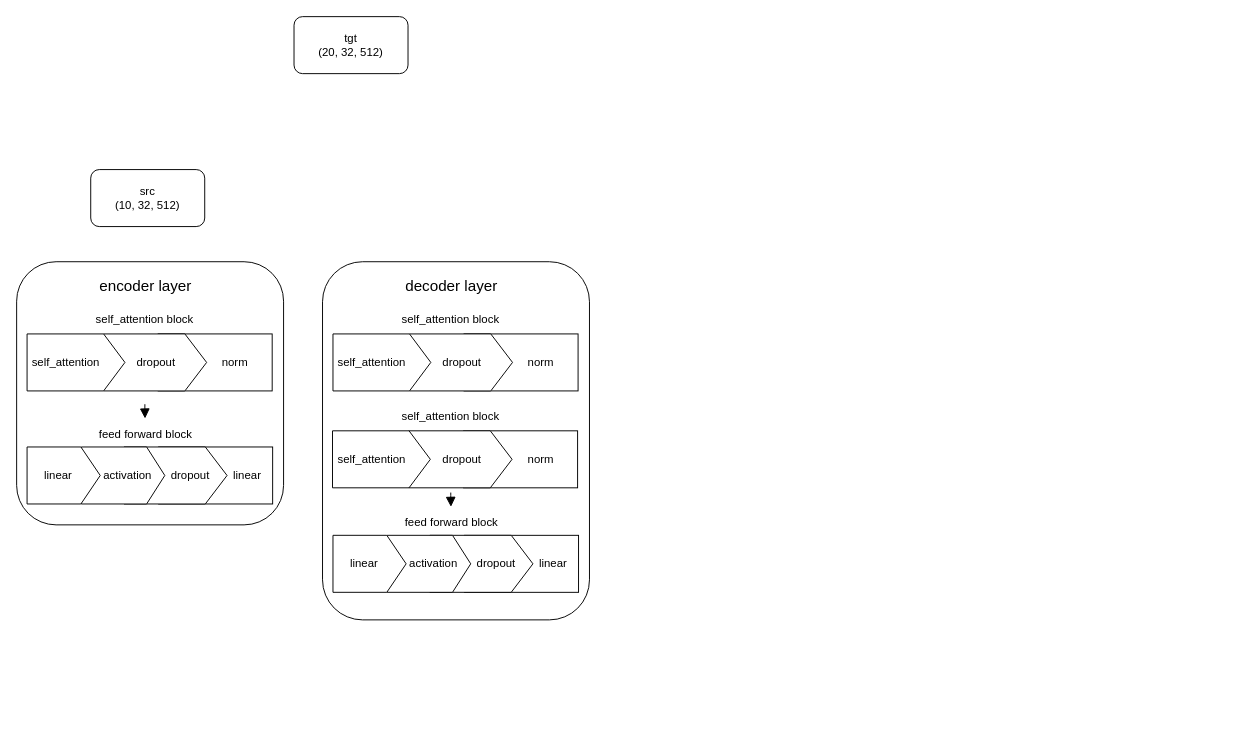
The draw.io diagram torch_trans1.drawio in wxxsusie/files, before the edit. Source tidied: cells renumbered, new cells numbered last; positions are measured from the earlier drawing's top-left corner, leaving out a move shared by most shapes. Both pictures are drawn from the tidied source at 95%, with x=0, y=0 at pixel (16, 16).
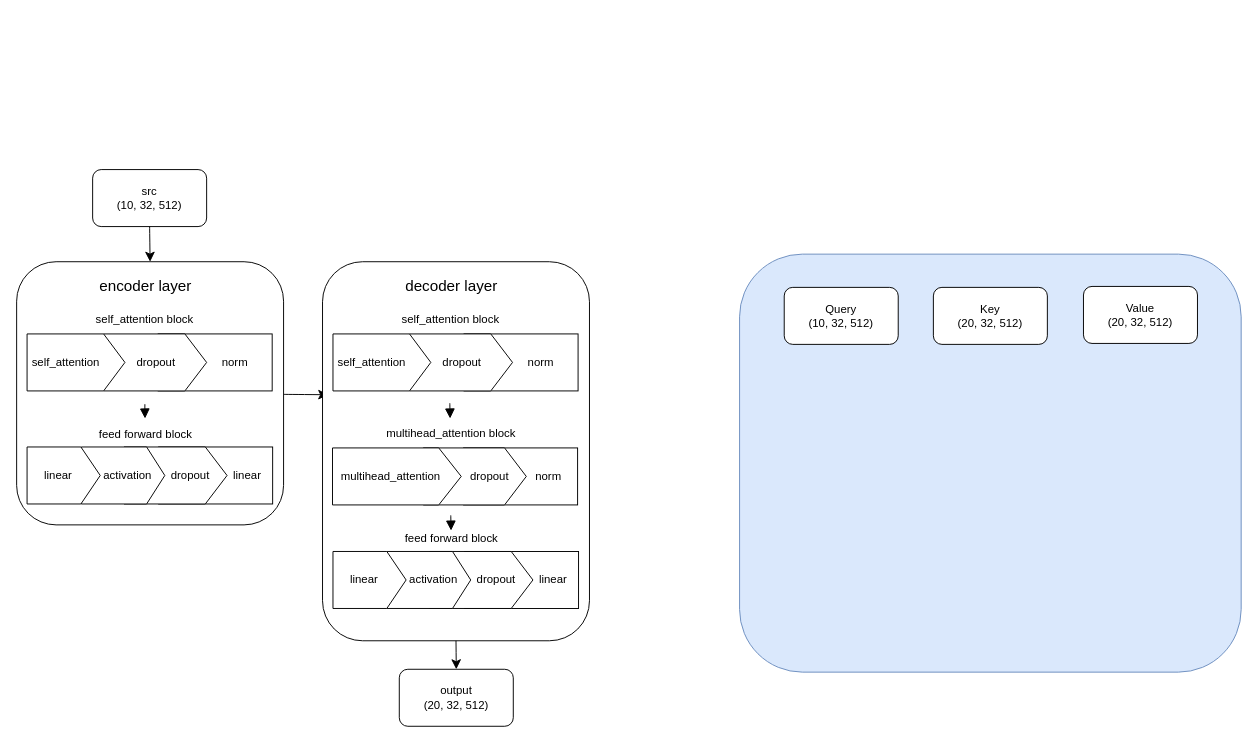
The same diagram, later.

Unchanged cells that the change refers to:
```xml
<mxCell id="4" style="rounded=1;whiteSpace=wrap;html=1;" parent="1" vertex="1">
  <mxGeometry y="258" width="281" height="277" as="geometry" />
</mxCell>
```

What changed in the source:
```diff
@@
     <mxCell id="2" value="src&lt;div&gt;(10, 32, 512)&lt;/div&gt;" style="rounded=1;whiteSpace=wrap;html=1;" parent="1" vertex="1">
-      <mxGeometry x="78" y="161" width="120" height="60" as="geometry" />
+      <mxGeometry x="80" y="161" width="120" height="60" as="geometry" />
     </mxCell>
-    <mxCell id="3" value="tgt&lt;div&gt;(20, 32, 512)&lt;/div&gt;" style="rounded=1;whiteSpace=wrap;html=1;" parent="1" vertex="1">
-      <mxGeometry x="292" width="120" height="60" as="geometry" />
+    <mxCell id="3" value="&lt;div&gt;output&lt;br&gt;(20, 32, 512)&lt;/div&gt;" style="rounded=1;whiteSpace=wrap;html=1;" parent="1" vertex="1">
+      <mxGeometry x="402.8" y="687" width="120" height="60" as="geometry" />
     </mxCell>
+    <mxCell id="49" style="edgeStyle=none;curved=1;rounded=0;jettySize=auto;html=1;fontSize=12;startSize=8;endSize=8;" parent="1" edge="1" source="4">
+      <mxGeometry relative="1" as="geometry">
+        <mxPoint x="328" y="398" as="targetPoint" />
+      </mxGeometry>
+    </mxCell>
@@
     <mxCell id="23" style="rounded=1;whiteSpace=wrap;html=1;" parent="1" vertex="1">
-      <mxGeometry x="322" y="258" width="281" height="377" as="geometry" />
+      <mxGeometry x="322" y="258" width="281" height="399" as="geometry" />
     </mxCell>
@@
     <mxCell id="25" value="&lt;font style=&quot;font-size: 12px;&quot;&gt;feed forward block&lt;/font&gt;" style="text;html=1;align=center;verticalAlign=middle;whiteSpace=wrap;rounded=0;fontSize=16;" parent="1" vertex="1">
-      <mxGeometry x="395.8" y="516" width="123.5" height="30" as="geometry" />
+      <mxGeometry x="396" y="533" width="123.5" height="30" as="geometry" />
     </mxCell>
@@
     <mxCell id="33" style="rounded=0;whiteSpace=wrap;html=1;" parent="1" vertex="1">
-      <mxGeometry x="471.5" y="546" width="120" height="60" as="geometry" />
+      <mxGeometry x="471.5" y="563" width="120" height="60" as="geometry" />
     </mxCell>
     <mxCell id="34" style="verticalLabelPosition=bottom;verticalAlign=top;html=1;shape=offPageConnector;rounded=0;size=0.21094122680101526;direction=north;" parent="1" vertex="1">
-      <mxGeometry x="435" y="546" width="108.5" height="60" as="geometry" />
+      <mxGeometry x="435" y="563" width="108.5" height="60" as="geometry" />
     </mxCell>
     <mxCell id="35" style="verticalLabelPosition=bottom;verticalAlign=top;html=1;shape=offPageConnector;rounded=0;size=0.21788995242813258;direction=north;" parent="1" vertex="1">
-      <mxGeometry x="390" y="546" width="88" height="60" as="geometry" />
+      <mxGeometry x="390" y="563" width="88" height="60" as="geometry" />
     </mxCell>
     <mxCell id="36" value="&lt;font style=&quot;font-size: 12px;&quot;&gt;activation&lt;/font&gt;" style="text;html=1;align=center;verticalAlign=middle;whiteSpace=wrap;rounded=0;fontSize=16;" parent="1" vertex="1">
-      <mxGeometry x="409" y="558.5" width="60" height="30" as="geometry" />
+      <mxGeometry x="409" y="575.5" width="60" height="30" as="geometry" />
     </mxCell>
     <mxCell id="37" value="&lt;font style=&quot;font-size: 12px;&quot;&gt;dropout&lt;/font&gt;" style="text;html=1;align=center;verticalAlign=middle;whiteSpace=wrap;rounded=0;fontSize=16;" parent="1" vertex="1">
-      <mxGeometry x="474.5" y="559" width="60" height="30" as="geometry" />
+      <mxGeometry x="474.5" y="576" width="60" height="30" as="geometry" />
     </mxCell>
     <mxCell id="38" value="&lt;font style=&quot;font-size: 12px;&quot;&gt;linear&lt;/font&gt;" style="text;html=1;align=center;verticalAlign=middle;whiteSpace=wrap;rounded=0;fontSize=16;" parent="1" vertex="1">
-      <mxGeometry x="539" y="560" width="51.5" height="27" as="geometry" />
+      <mxGeometry x="539" y="577" width="51.5" height="27" as="geometry" />
     </mxCell>
     <mxCell id="39" style="verticalLabelPosition=bottom;verticalAlign=top;html=1;shape=offPageConnector;rounded=0;size=0.2640463098303064;direction=north;" parent="1" vertex="1">
-      <mxGeometry x="333" y="546" width="77" height="60" as="geometry" />
+      <mxGeometry x="333" y="563" width="77" height="60" as="geometry" />
     </mxCell>
     <mxCell id="40" value="&lt;font style=&quot;font-size: 12px;&quot;&gt;linear&lt;/font&gt;" style="text;html=1;align=center;verticalAlign=middle;whiteSpace=wrap;rounded=0;fontSize=16;" parent="1" vertex="1">
-      <mxGeometry x="336" y="559" width="60" height="30" as="geometry" />
+      <mxGeometry x="336" y="576" width="60" height="30" as="geometry" />
     </mxCell>
-    <mxCell id="41" style="endArrow=block;html=1;rounded=0;fontSize=12;startSize=8;endSize=8;curved=1;endFill=1;" parent="1" edge="1" target="25">
+    <mxCell id="41" style="endArrow=block;html=1;rounded=0;fontSize=12;startSize=8;endSize=8;curved=1;endFill=1;" parent="1" edge="1">
       <mxGeometry relative="1" as="geometry">
-        <mxPoint x="457" y="501" as="sourcePoint" />
-        <Array as="points">
-          <mxPoint x="457" y="508" />
-        </Array>
+        <mxPoint x="457" y="525" as="sourcePoint" />
+        <mxPoint x="457.3" y="541" as="targetPoint" />
       </mxGeometry>
     </mxCell>
-    <mxCell id="42" value="&lt;font style=&quot;font-size: 12px;&quot;&gt;self_attention block&lt;/font&gt;" style="text;html=1;align=center;verticalAlign=middle;whiteSpace=wrap;rounded=0;fontSize=16;" parent="1" vertex="1">
-      <mxGeometry x="394.5" y="404" width="123.5" height="30" as="geometry" />
+    <mxCell id="42" value="&lt;font style=&quot;font-size: 12px;&quot;&gt;multihead_attention block&lt;/font&gt;" style="text;html=1;align=center;verticalAlign=middle;whiteSpace=wrap;rounded=0;fontSize=16;" parent="1" vertex="1">
+      <mxGeometry x="382.5" y="422" width="148.5" height="30" as="geometry" />
     </mxCell>
     <mxCell id="43" style="rounded=0;whiteSpace=wrap;html=1;" parent="1" vertex="1">
-      <mxGeometry x="470.5" y="436" width="120" height="60" as="geometry" />
+      <mxGeometry x="470.5" y="454" width="120" height="60" as="geometry" />
     </mxCell>
     <mxCell id="44" style="verticalLabelPosition=bottom;verticalAlign=top;html=1;shape=offPageConnector;rounded=0;size=0.21094122680101526;direction=north;" parent="1" vertex="1">
-      <mxGeometry x="413" y="436" width="108.5" height="60" as="geometry" />
+      <mxGeometry x="428" y="454" width="108.5" height="60" as="geometry" />
     </mxCell>
-    <mxCell id="45" style="verticalLabelPosition=bottom;verticalAlign=top;html=1;shape=offPageConnector;rounded=0;size=0.21788995242813258;direction=north;" parent="1" vertex="1">
-      <mxGeometry x="332.5" y="436" width="103" height="60" as="geometry" />
+    <mxCell id="45" style="verticalLabelPosition=bottom;verticalAlign=top;html=1;shape=offPageConnector;rounded=0;size=0.17464877758518796;direction=north;" parent="1" vertex="1">
+      <mxGeometry x="332.5" y="454" width="135.5" height="60" as="geometry" />
     </mxCell>
-    <mxCell id="46" value="&lt;font style=&quot;font-size: 12px;&quot;&gt;self_attention&lt;/font&gt;" style="text;html=1;align=center;verticalAlign=middle;whiteSpace=wrap;rounded=0;fontSize=16;" parent="1" vertex="1">
-      <mxGeometry x="343.5" y="449" width="60" height="30" as="geometry" />
+    <mxCell id="46" value="&lt;font style=&quot;font-size: 12px;&quot;&gt;multihead_attention&lt;/font&gt;" style="text;html=1;align=center;verticalAlign=middle;whiteSpace=wrap;rounded=0;fontSize=16;" parent="1" vertex="1">
+      <mxGeometry x="363.5" y="467" width="60" height="30" as="geometry" />
     </mxCell>
     <mxCell id="47" value="&lt;font style=&quot;font-size: 12px;&quot;&gt;dropout&lt;/font&gt;" style="text;html=1;align=center;verticalAlign=middle;whiteSpace=wrap;rounded=0;fontSize=16;" parent="1" vertex="1">
-      <mxGeometry x="438.5" y="449" width="60" height="30" as="geometry" />
+      <mxGeometry x="467.5" y="467" width="60" height="30" as="geometry" />
     </mxCell>
     <mxCell id="48" value="&lt;font style=&quot;font-size: 12px;&quot;&gt;norm&lt;/font&gt;" style="text;html=1;align=center;verticalAlign=middle;whiteSpace=wrap;rounded=0;fontSize=16;" parent="1" vertex="1">
-      <mxGeometry x="521.5" y="449" width="60" height="30" as="geometry" />
+      <mxGeometry x="529.5" y="467" width="60" height="30" as="geometry" />
     </mxCell>
+    <mxCell id="50" style="endArrow=block;html=1;rounded=0;fontSize=12;startSize=8;endSize=8;curved=1;endFill=1;" parent="1" edge="1">
+      <mxGeometry relative="1" as="geometry">
+        <mxPoint x="456" y="407" as="sourcePoint" />
+        <mxPoint x="456.3" y="423" as="targetPoint" />
+      </mxGeometry>
+    </mxCell>
+    <mxCell id="51" style="endArrow=classic;html=1;rounded=0;fontSize=12;startSize=8;endSize=8;curved=1;exitX=0.5;exitY=1;exitDx=0;exitDy=0;entryX=0.5;entryY=0;entryDx=0;entryDy=0;" parent="1" edge="1" source="2" target="4">
+      <mxGeometry relative="1" as="geometry" />
+    </mxCell>
+    <mxCell id="52" style="endArrow=classic;html=1;rounded=0;fontSize=12;startSize=8;endSize=8;curved=1;exitX=0.5;exitY=1;exitDx=0;exitDy=0;entryX=0.5;entryY=0;entryDx=0;entryDy=0;" parent="1" edge="1" source="23" target="3">
+      <mxGeometry relative="1" as="geometry" />
+    </mxCell>
+    <mxCell id="53" style="rounded=1;whiteSpace=wrap;html=1;fillColor=#dae8fc;strokeColor=#6c8ebf;" parent="1" vertex="1">
+      <mxGeometry x="761" y="250" width="528" height="440" as="geometry" />
+    </mxCell>
+    <mxCell id="54" value="Query&lt;br&gt;(10, 32, 512)" style="rounded=1;whiteSpace=wrap;html=1;" parent="1" vertex="1">
+      <mxGeometry x="808" y="285" width="120" height="60" as="geometry" />
+    </mxCell>
+    <mxCell id="55" value="Key&lt;br&gt;(20, 32, 512)" style="rounded=1;whiteSpace=wrap;html=1;" parent="1" vertex="1">
+      <mxGeometry x="965" y="285" width="120" height="60" as="geometry" />
+    </mxCell>
+    <mxCell id="56" value="Value&lt;br&gt;(20, 32, 512)" style="rounded=1;whiteSpace=wrap;html=1;" parent="1" vertex="1">
+      <mxGeometry x="1123" y="284" width="120" height="60" as="geometry" />
+    </mxCell>
```
